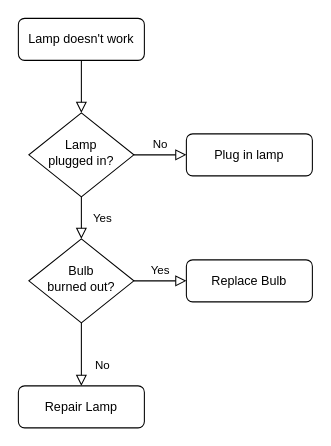
Before: Connector changes.drawio in BertieHarte/Mbed_Tralee_Mechatronics, a draw.io diagram. Source tidied: cells renumbered, new cells numbered last; positions are measured from the earlier drawing's top-left corner, leaving out a move shared by most shapes. Both pictures are drawn from the tidied source at 105%, with x=0, y=0 at pixel (18, 18).
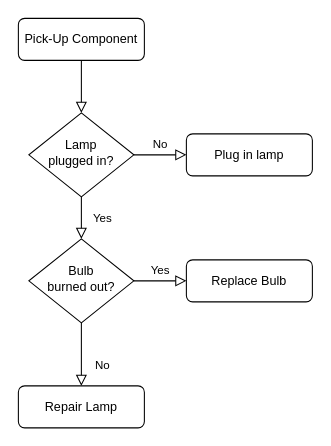
Above is the later version.

What changed in the source:
```diff
@@
 <mxGraphModel>
   <root>
     <mxCell id="0" />
     <mxCell id="1" parent="0" />
     <mxCell id="2" style="rounded=0;html=1;jettySize=auto;fontSize=11;endArrow=block;endFill=0;endSize=8;strokeWidth=1;shadow=0;labelBackgroundColor=none;edgeStyle=orthogonalEdgeStyle;" parent="1" edge="1" source="3" target="6">
       <mxGeometry relative="1" as="geometry" />
     </mxCell>
-    <mxCell id="3" value="Lamp doesn't work" style="rounded=1;whiteSpace=wrap;html=1;fontSize=12;glass=0;strokeWidth=1;shadow=0;" parent="1" vertex="1">
+    <mxCell id="3" value="Pick-Up Component" style="rounded=1;whiteSpace=wrap;html=1;fontSize=12;glass=0;strokeWidth=1;shadow=0;" parent="1" vertex="1">
       <mxGeometry width="120" height="40" as="geometry" />
     </mxCell>
     <mxCell id="4" value="Yes" style="rounded=0;html=1;jettySize=auto;fontSize=11;endArrow=block;endFill=0;endSize=8;strokeWidth=1;shadow=0;labelBackgroundColor=none;edgeStyle=orthogonalEdgeStyle;" parent="1" edge="1" source="6" target="10">
       <mxGeometry y="20" relative="1" as="geometry" />
     </mxCell>
     <mxCell id="5" value="No" style="edgeStyle=orthogonalEdgeStyle;rounded=0;html=1;jettySize=auto;fontSize=11;endArrow=block;endFill=0;endSize=8;strokeWidth=1;shadow=0;labelBackgroundColor=none;" parent="1" edge="1" source="6" target="7">
       <mxGeometry y="10" relative="1" as="geometry" />
     </mxCell>
     <mxCell id="6" value="Lamp&lt;br&gt;plugged in?" style="rhombus;whiteSpace=wrap;html=1;shadow=0;fontFamily=Helvetica;fontSize=12;align=center;strokeWidth=1;spacing=6;spacingTop=-4;" parent="1" vertex="1">
       <mxGeometry x="10" y="90" width="100" height="80" as="geometry" />
     </mxCell>
     <mxCell id="7" value="Plug in lamp" style="rounded=1;whiteSpace=wrap;html=1;fontSize=12;glass=0;strokeWidth=1;shadow=0;" parent="1" vertex="1">
       <mxGeometry x="160" y="110" width="120" height="40" as="geometry" />
     </mxCell>
     <mxCell id="8" value="No" style="rounded=0;html=1;jettySize=auto;fontSize=11;endArrow=block;endFill=0;endSize=8;strokeWidth=1;shadow=0;labelBackgroundColor=none;edgeStyle=orthogonalEdgeStyle;" parent="1" edge="1" source="10" target="11">
       <mxGeometry x="0.33" y="20" relative="1" as="geometry" />
     </mxCell>
     <mxCell id="9" value="Yes" style="edgeStyle=orthogonalEdgeStyle;rounded=0;html=1;jettySize=auto;fontSize=11;endArrow=block;endFill=0;endSize=8;strokeWidth=1;shadow=0;labelBackgroundColor=none;" parent="1" edge="1" source="10" target="12">
       <mxGeometry y="10" relative="1" as="geometry" />
     </mxCell>
     <mxCell id="10" value="Bulb&lt;br&gt;burned out?" style="rhombus;whiteSpace=wrap;html=1;shadow=0;fontFamily=Helvetica;fontSize=12;align=center;strokeWidth=1;spacing=6;spacingTop=-4;" parent="1" vertex="1">
       <mxGeometry x="10" y="210" width="100" height="80" as="geometry" />
     </mxCell>
     <mxCell id="11" value="Repair Lamp" style="rounded=1;whiteSpace=wrap;html=1;fontSize=12;glass=0;strokeWidth=1;shadow=0;" parent="1" vertex="1">
       <mxGeometry y="350" width="120" height="40" as="geometry" />
     </mxCell>
     <mxCell id="12" value="Replace Bulb" style="rounded=1;whiteSpace=wrap;html=1;fontSize=12;glass=0;strokeWidth=1;shadow=0;" parent="1" vertex="1">
       <mxGeometry x="160" y="230" width="120" height="40" as="geometry" />
     </mxCell>
   </root>
 </mxGraphModel>
```
